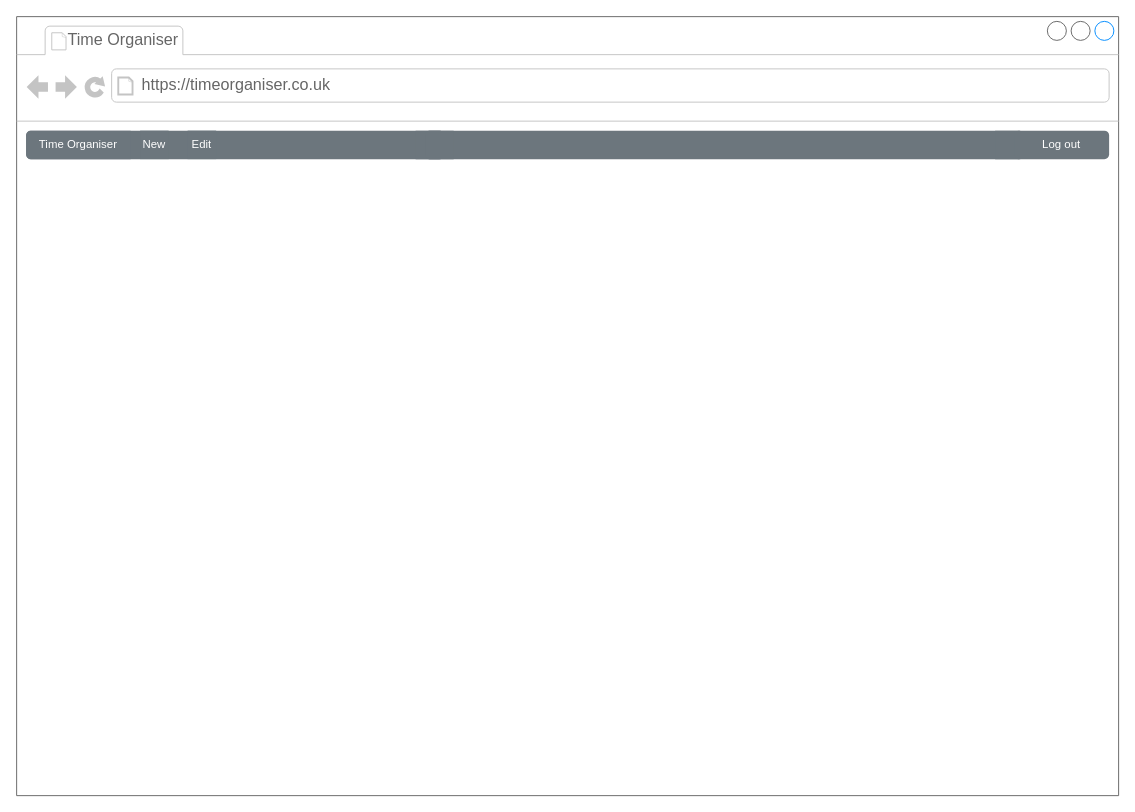
LukaWG/COMP1004 keeps this draw.io diagram as Wireframe.drawio. Above is the earlier version. Source tidied: cells renumbered, new cells numbered last; positions are measured from the earlier drawing's top-left corner, leaving out a move shared by most shapes. Both pictures are drawn from the tidied source at 95%, with x=0, y=0 at pixel (16, 16).
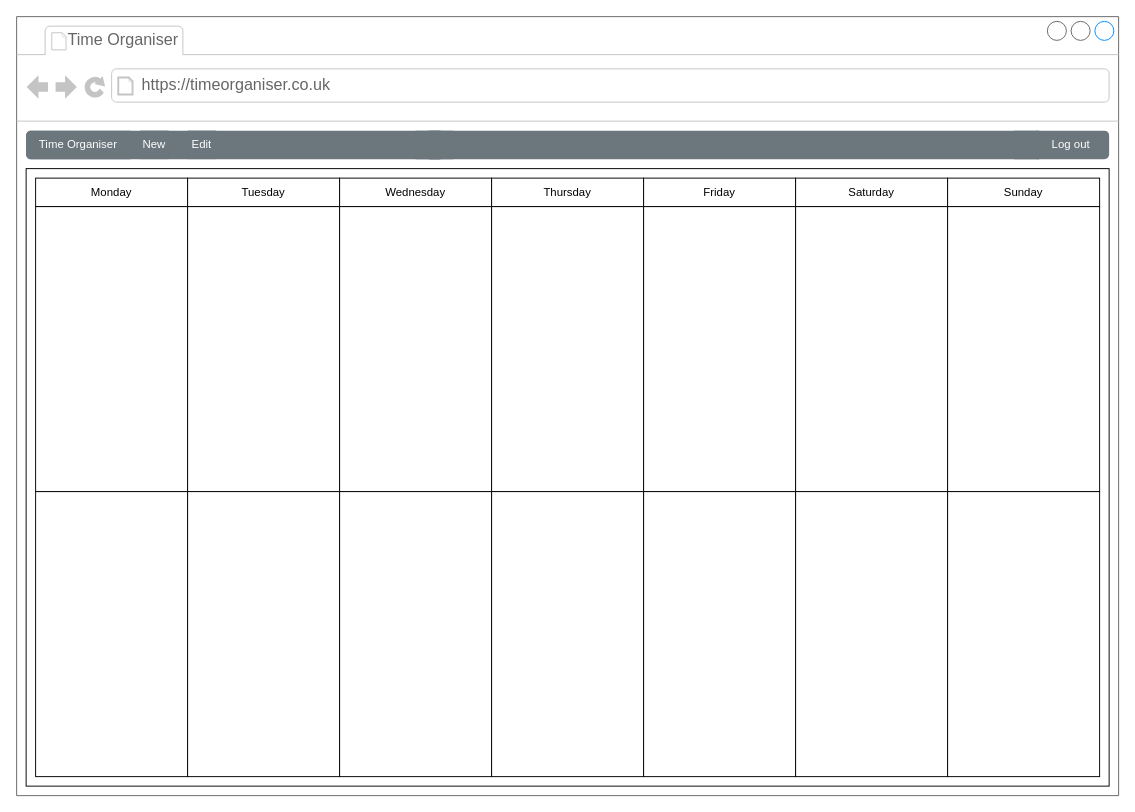
Above is the later version.

Commit message:
Create calendar layout

The change refers to these unchanged cells:
```xml
<mxCell id="2" style="strokeWidth=1;shadow=0;dashed=0;align=center;html=1;shape=mxgraph.mockup.containers.browserWindow;rSize=0;strokeColor=#666666;strokeColor2=#008cff;strokeColor3=#c4c4c4;mainText=,;" parent="1" vertex="1">
  <mxGeometry width="1160" height="820" as="geometry" />
</mxCell>
```

Diff of the diagram source:
```diff
@@
     <mxCell id="10" style="html=1;shadow=0;dashed=0;shape=mxgraph.bootstrap.rrect;rSize=5;strokeColor=none;html=1;whiteSpace=wrap;fillColor=#6C767D;fontColor=#ffffff;sketch=0;" parent="2" vertex="1">
-      <mxGeometry x="430" y="120" width="630" height="30" as="geometry" />
+      <mxGeometry x="430" y="120" width="650" height="30" as="geometry" />
     </mxCell>
@@
     <mxCell id="13" value="Log out" style="html=1;shadow=0;dashed=0;shape=mxgraph.bootstrap.rrect;rSize=5;strokeColor=none;html=1;whiteSpace=wrap;fillColor=#6C767D;fontColor=#ffffff;sketch=0;" parent="2" vertex="1">
-      <mxGeometry x="1050" y="120" width="100" height="30" as="geometry" />
+      <mxGeometry x="1070" y="120" width="80" height="30" as="geometry" />
     </mxCell>
+    <mxCell id="14" style="rounded=0;whiteSpace=wrap;html=1;" parent="2" vertex="1">
+      <mxGeometry x="10" y="160" width="1140" height="650" as="geometry" />
+    </mxCell>
+    <mxCell id="15" value="Monday" style="rounded=0;whiteSpace=wrap;html=1;" parent="2" vertex="1">
+      <mxGeometry x="20" y="170" width="160" height="30" as="geometry" />
+    </mxCell>
+    <mxCell id="16" value="Tuesday" style="rounded=0;whiteSpace=wrap;html=1;" parent="2" vertex="1">
+      <mxGeometry x="180" y="170" width="160" height="30" as="geometry" />
+    </mxCell>
+    <mxCell id="17" value="Wednesday" style="rounded=0;whiteSpace=wrap;html=1;" parent="2" vertex="1">
+      <mxGeometry x="340" y="170" width="160" height="30" as="geometry" />
+    </mxCell>
+    <mxCell id="18" value="Thursday" style="rounded=0;whiteSpace=wrap;html=1;" parent="2" vertex="1">
+      <mxGeometry x="500" y="170" width="160" height="30" as="geometry" />
+    </mxCell>
+    <mxCell id="19" value="Friday" style="rounded=0;whiteSpace=wrap;html=1;" parent="2" vertex="1">
+      <mxGeometry x="660" y="170" width="160" height="30" as="geometry" />
+    </mxCell>
+    <mxCell id="20" value="Saturday" style="rounded=0;whiteSpace=wrap;html=1;" parent="2" vertex="1">
+      <mxGeometry x="820" y="170" width="160" height="30" as="geometry" />
+    </mxCell>
+    <mxCell id="21" value="Sunday" style="rounded=0;whiteSpace=wrap;html=1;" parent="2" vertex="1">
+      <mxGeometry x="980" y="170" width="160" height="30" as="geometry" />
+    </mxCell>
+    <mxCell id="22" style="rounded=0;whiteSpace=wrap;html=1;" parent="2" vertex="1">
+      <mxGeometry x="20" y="200" width="160" height="300" as="geometry" />
+    </mxCell>
+    <mxCell id="23" style="rounded=0;whiteSpace=wrap;html=1;" parent="2" vertex="1">
+      <mxGeometry x="20" y="500" width="160" height="300" as="geometry" />
+    </mxCell>
+    <mxCell id="24" style="rounded=0;whiteSpace=wrap;html=1;" parent="2" vertex="1">
+      <mxGeometry x="180" y="200" width="160" height="300" as="geometry" />
+    </mxCell>
+    <mxCell id="25" style="rounded=0;whiteSpace=wrap;html=1;" parent="2" vertex="1">
+      <mxGeometry x="180" y="500" width="160" height="300" as="geometry" />
+    </mxCell>
+    <mxCell id="26" style="rounded=0;whiteSpace=wrap;html=1;" parent="2" vertex="1">
+      <mxGeometry x="340" y="200" width="160" height="300" as="geometry" />
+    </mxCell>
+    <mxCell id="27" style="rounded=0;whiteSpace=wrap;html=1;" parent="2" vertex="1">
+      <mxGeometry x="340" y="500" width="160" height="300" as="geometry" />
+    </mxCell>
+    <mxCell id="28" style="rounded=0;whiteSpace=wrap;html=1;" parent="2" vertex="1">
+      <mxGeometry x="500" y="200" width="160" height="300" as="geometry" />
+    </mxCell>
+    <mxCell id="29" style="rounded=0;whiteSpace=wrap;html=1;" parent="2" vertex="1">
+      <mxGeometry x="500" y="500" width="160" height="300" as="geometry" />
+    </mxCell>
+    <mxCell id="30" style="rounded=0;whiteSpace=wrap;html=1;" parent="2" vertex="1">
+      <mxGeometry x="660" y="200" width="160" height="300" as="geometry" />
+    </mxCell>
+    <mxCell id="31" style="rounded=0;whiteSpace=wrap;html=1;" parent="2" vertex="1">
+      <mxGeometry x="660" y="500" width="160" height="300" as="geometry" />
+    </mxCell>
+    <mxCell id="32" style="rounded=0;whiteSpace=wrap;html=1;" parent="2" vertex="1">
+      <mxGeometry x="820" y="200" width="160" height="300" as="geometry" />
+    </mxCell>
+    <mxCell id="33" style="rounded=0;whiteSpace=wrap;html=1;" parent="2" vertex="1">
+      <mxGeometry x="820" y="500" width="160" height="300" as="geometry" />
+    </mxCell>
+    <mxCell id="34" style="rounded=0;whiteSpace=wrap;html=1;" parent="2" vertex="1">
+      <mxGeometry x="980" y="200" width="160" height="300" as="geometry" />
+    </mxCell>
+    <mxCell id="35" style="rounded=0;whiteSpace=wrap;html=1;" parent="2" vertex="1">
+      <mxGeometry x="980" y="500" width="160" height="300" as="geometry" />
+    </mxCell>
```
